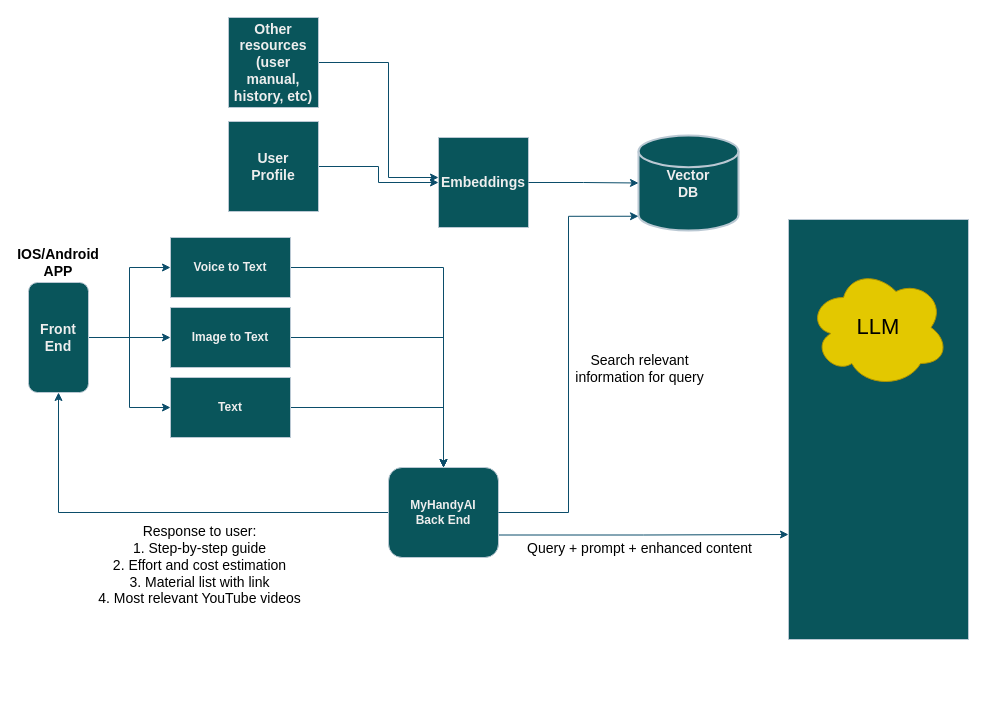
This is AI architecture.drawio from chaunceysun82/MyHandyAI, a draw.io file, before an edit. Source tidied: cells renumbered, new cells numbered last; positions are measured from the earlier drawing's top-left corner, leaving out a move shared by most shapes. Both pictures are drawn from the tidied source at 100%, with x=0, y=0 at pixel (28, 17).
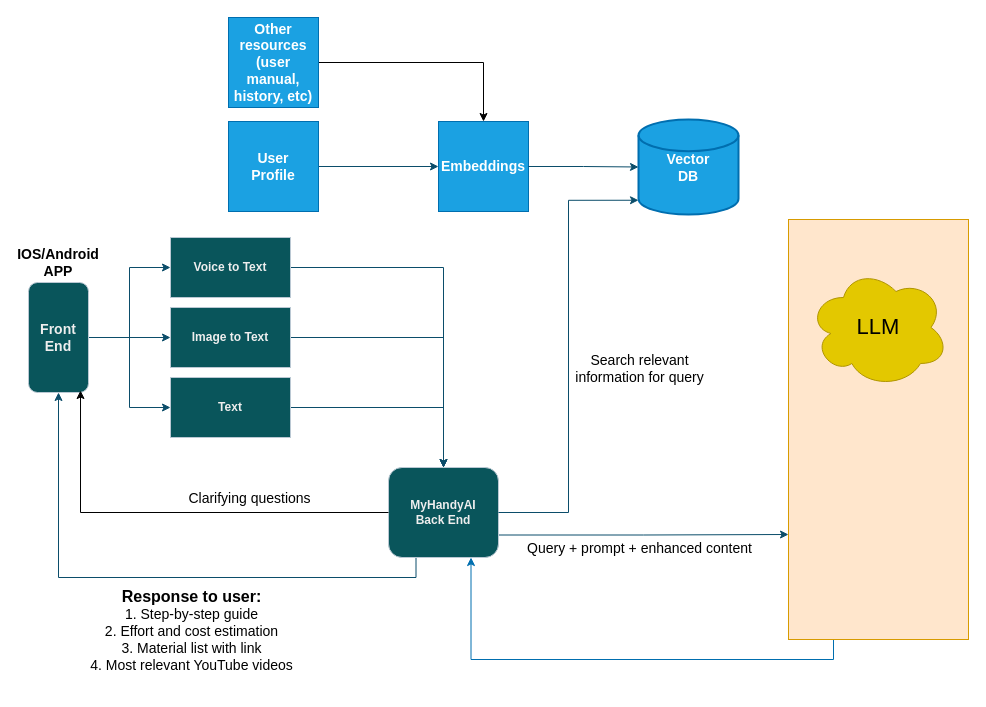
Above is the later version.

Unchanged cells that the change refers to:
```xml
<mxCell id="5" value="MyHandyAI&lt;div&gt;Back End&lt;/div&gt;" style="rounded=1;whiteSpace=wrap;html=1;strokeColor=#BAC8D3;fontColor=#EEEEEE;fillColor=#09555B;fontStyle=1;" parent="1" vertex="1">
  <mxGeometry x="360" y="450" width="110" height="90" as="geometry" />
</mxCell>
<mxCell id="27" value="Front End" style="rounded=1;whiteSpace=wrap;html=1;strokeColor=#BAC8D3;fontColor=#EEEEEE;fillColor=#09555B;fontStyle=1;fontSize=14;" parent="1" vertex="1">
  <mxGeometry y="265" width="60" height="110" as="geometry" />
</mxCell>
```

The edit, as a diff of the source:
```diff
@@
-    <mxCell id="3" style="edgeStyle=orthogonalEdgeStyle;rounded=0;jettySize=auto;html=1;exitX=0;exitY=0.5;exitDx=0;exitDy=0;strokeColor=#0B4D6A;entryX=0.5;entryY=1;entryDx=0;entryDy=0;" parent="1" edge="1" source="5" target="27">
+    <mxCell id="3" style="edgeStyle=orthogonalEdgeStyle;rounded=0;jettySize=auto;html=1;exitX=0.25;exitY=1;exitDx=0;exitDy=0;strokeColor=#0B4D6A;entryX=0.5;entryY=1;entryDx=0;entryDy=0;" parent="1" edge="1" source="5" target="27">
       <mxGeometry relative="1" as="geometry" />
     </mxCell>
-    <mxCell id="4" value="&lt;span style=&quot;color: rgb(0, 0, 0);&quot;&gt;&lt;font style=&quot;font-size: 14px;&quot;&gt;Response to user:&lt;/font&gt;&lt;/span&gt;&lt;div&gt;&lt;font color=&quot;#000000&quot;&gt;&lt;span style=&quot;caret-color: rgb(0, 0, 0); font-size: 14px;&quot;&gt;1. Step-by-step guide&lt;/span&gt;&lt;/font&gt;&lt;/div&gt;&lt;div&gt;&lt;font color=&quot;#000000&quot;&gt;&lt;span style=&quot;caret-color: rgb(0, 0, 0); font-size: 14px;&quot;&gt;2. Effort and cost estimation&lt;/span&gt;&lt;/font&gt;&lt;/div&gt;&lt;div&gt;&lt;font color=&quot;#000000&quot;&gt;&lt;span style=&quot;caret-color: rgb(0, 0, 0); font-size: 14px;&quot;&gt;3. Material list with link&lt;/span&gt;&lt;/font&gt;&lt;/div&gt;&lt;div&gt;&lt;font color=&quot;#000000&quot;&gt;&lt;span style=&quot;caret-color: rgb(0, 0, 0); font-size: 14px;&quot;&gt;4. Most relevant YouTube videos&lt;/span&gt;&lt;/font&gt;&lt;/div&gt;&lt;div&gt;&lt;font color=&quot;#000000&quot;&gt;&lt;span style=&quot;caret-color: rgb(0, 0, 0); font-size: 14px;&quot;&gt;&lt;br&gt;&lt;/span&gt;&lt;/font&gt;&lt;/div&gt;" style="edgeLabel;html=1;align=center;verticalAlign=middle;strokeColor=#BAC8D3;fontColor=#EEEEEE;fillColor=#09555B;" parent="3" vertex="1">
+    <mxCell id="4" value="&lt;span style=&quot;color: rgb(0, 0, 0);&quot;&gt;&lt;font style=&quot;font-size: 16px;&quot;&gt;&lt;b&gt;Response to user:&lt;/b&gt;&lt;/font&gt;&lt;/span&gt;&lt;div&gt;&lt;font color=&quot;#000000&quot;&gt;&lt;span style=&quot;caret-color: rgb(0, 0, 0); font-size: 14px;&quot;&gt;1. Step-by-step guide&lt;/span&gt;&lt;/font&gt;&lt;/div&gt;&lt;div&gt;&lt;font color=&quot;#000000&quot;&gt;&lt;span style=&quot;caret-color: rgb(0, 0, 0); font-size: 14px;&quot;&gt;2. Effort and cost estimation&lt;/span&gt;&lt;/font&gt;&lt;/div&gt;&lt;div&gt;&lt;font color=&quot;#000000&quot;&gt;&lt;span style=&quot;caret-color: rgb(0, 0, 0); font-size: 14px;&quot;&gt;3. Material list with link&lt;/span&gt;&lt;/font&gt;&lt;/div&gt;&lt;div&gt;&lt;font color=&quot;#000000&quot;&gt;&lt;span style=&quot;caret-color: rgb(0, 0, 0); font-size: 14px;&quot;&gt;4. Most relevant YouTube videos&lt;/span&gt;&lt;/font&gt;&lt;/div&gt;&lt;div&gt;&lt;font color=&quot;#000000&quot;&gt;&lt;span style=&quot;caret-color: rgb(0, 0, 0); font-size: 14px;&quot;&gt;&lt;br&gt;&lt;/span&gt;&lt;/font&gt;&lt;/div&gt;" style="edgeLabel;html=1;align=center;verticalAlign=middle;strokeColor=#BAC8D3;fontColor=#EEEEEE;fillColor=#09555B;" parent="3" vertex="1">
       <mxGeometry x="-0.03" y="-3" relative="1" as="geometry">
         <mxPoint x="28" y="63" as="offset" />
       </mxGeometry>
     </mxCell>
@@
-    <mxCell id="14" value="Vector&lt;div&gt;DB&lt;/div&gt;" style="strokeWidth=2;html=1;shape=mxgraph.flowchart.database;whiteSpace=wrap;strokeColor=#BAC8D3;fontColor=#EEEEEE;fillColor=#09555B;fontSize=14;fontStyle=1;" parent="1" vertex="1">
-      <mxGeometry x="610" y="118" width="100" height="95" as="geometry" />
+    <mxCell id="14" value="Vector&lt;div&gt;DB&lt;/div&gt;" style="strokeWidth=2;html=1;shape=mxgraph.flowchart.database;whiteSpace=wrap;strokeColor=#006EAF;fontColor=#ffffff;fillColor=#1ba1e2;fontSize=14;fontStyle=1;" parent="1" vertex="1">
+      <mxGeometry x="610" y="102" width="100" height="95" as="geometry" />
     </mxCell>
@@
-    <mxCell id="16" value="User&lt;div&gt;Profile&lt;/div&gt;" style="whiteSpace=wrap;html=1;strokeColor=#BAC8D3;fontColor=#EEEEEE;fillColor=#09555B;fontStyle=1;fontSize=14;" parent="1" vertex="1">
+    <mxCell id="16" value="User&lt;div&gt;Profile&lt;/div&gt;" style="whiteSpace=wrap;html=1;strokeColor=#006EAF;fontColor=#ffffff;fillColor=#1ba1e2;fontStyle=1;fontSize=14;" parent="1" vertex="1">
       <mxGeometry x="200" y="104" width="90" height="90" as="geometry" />
     </mxCell>
-    <mxCell id="17" value="Embeddings" style="whiteSpace=wrap;html=1;strokeColor=#BAC8D3;fontColor=#EEEEEE;fillColor=#09555B;fontStyle=1;fontSize=14;" parent="1" vertex="1">
-      <mxGeometry x="410" y="120" width="90" height="90" as="geometry" />
+    <mxCell id="17" value="Embeddings" style="whiteSpace=wrap;html=1;strokeColor=#006EAF;fontColor=#ffffff;fillColor=#1ba1e2;fontStyle=1;fontSize=14;" parent="1" vertex="1">
+      <mxGeometry x="410" y="104" width="90" height="90" as="geometry" />
     </mxCell>
-    <mxCell id="18" style="edgeStyle=orthogonalEdgeStyle;rounded=0;jettySize=auto;html=1;exitX=1;exitY=0.5;exitDx=0;exitDy=0;strokeColor=#0B4D6A;" parent="1" edge="1" source="19">
-      <mxGeometry relative="1" as="geometry">
-        <mxPoint x="410" y="160" as="targetPoint" />
-        <Array as="points">
-          <mxPoint x="360" y="45" />
-          <mxPoint x="360" y="160" />
-        </Array>
-      </mxGeometry>
-    </mxCell>
+    <mxCell id="29" style="edgeStyle=orthogonalEdgeStyle;rounded=0;jettySize=auto;html=1;exitX=1;exitY=0.5;exitDx=0;exitDy=0;entryX=0.5;entryY=0;entryDx=0;entryDy=0;" parent="1" edge="1" source="19" target="17">
+      <mxGeometry relative="1" as="geometry" />
+    </mxCell>
-    <mxCell id="19" value="Other resources (user manual, history, etc)" style="whiteSpace=wrap;html=1;strokeColor=#BAC8D3;fontColor=#EEEEEE;fillColor=#09555B;fontStyle=1;fontSize=14;" parent="1" vertex="1">
+    <mxCell id="19" value="Other resources (user manual, history, etc)" style="whiteSpace=wrap;html=1;strokeColor=#006EAF;fontColor=#ffffff;fillColor=#1ba1e2;fontStyle=1;fontSize=14;" parent="1" vertex="1">
       <mxGeometry x="200" width="90" height="90" as="geometry" />
     </mxCell>
@@
+    <mxCell id="30" style="edgeStyle=orthogonalEdgeStyle;rounded=0;jettySize=auto;html=1;exitX=0.25;exitY=1;exitDx=0;exitDy=0;entryX=0.75;entryY=1;entryDx=0;entryDy=0;fillColor=#1ba1e2;strokeColor=#006EAF;" parent="1" edge="1" source="21" target="5">
+      <mxGeometry relative="1" as="geometry" />
+    </mxCell>
-    <mxCell id="21" style="rounded=0;whiteSpace=wrap;html=1;strokeColor=#BAC8D3;fontColor=#EEEEEE;fillColor=#09555B;" parent="1" vertex="1">
+    <mxCell id="21" style="rounded=0;whiteSpace=wrap;html=1;strokeColor=#d79b00;fillColor=#ffe6cc;" parent="1" vertex="1">
       <mxGeometry x="760" y="202" width="180" height="420" as="geometry" />
     </mxCell>
@@
+    <mxCell id="31" style="edgeStyle=orthogonalEdgeStyle;rounded=0;jettySize=auto;html=1;exitX=0;exitY=0.5;exitDx=0;exitDy=0;entryX=0.867;entryY=0.982;entryDx=0;entryDy=0;entryPerimeter=0;" parent="1" edge="1" source="5" target="27">
+      <mxGeometry relative="1" as="geometry" />
+    </mxCell>
+    <mxCell id="32" value="&lt;div&gt;&lt;font color=&quot;#000000&quot;&gt;&lt;span style=&quot;caret-color: rgb(0, 0, 0); font-size: 14px;&quot;&gt;Clarifying questions&lt;/span&gt;&lt;/font&gt;&lt;/div&gt;" style="edgeLabel;html=1;align=center;verticalAlign=middle;strokeColor=#BAC8D3;fontColor=#EEEEEE;fillColor=#09555B;" parent="1" vertex="1">
+      <mxGeometry x="220" y="480" as="geometry" />
+    </mxCell>
```
